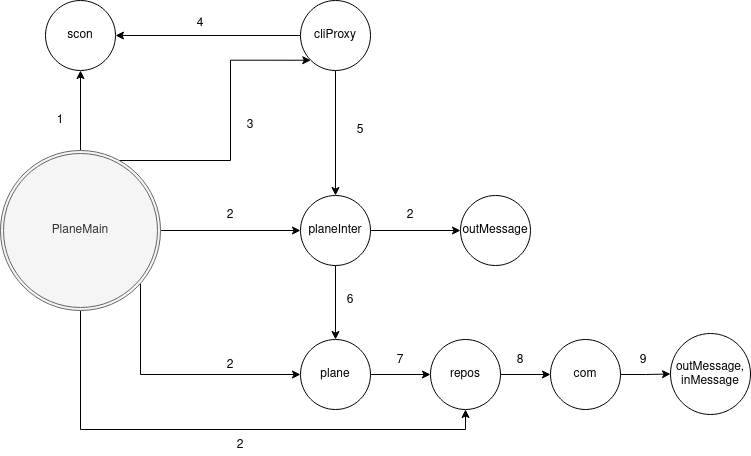
MarianaPinto17/SD keeps this draw.io diagram as assignment2/diagramas/PlaneDiagram.png. Above is the earlier version. Source tidied: cells renumbered, new cells last; positions are measured from the earlier drawing's top-left corner, leaving out a move shared by most shapes. Source of this version:
```xml
<mxGraphModel>
  <root>
    <mxCell id="0" />
    <mxCell id="1" parent="0" />
    <mxCell id="2" style="edgeStyle=orthogonalEdgeStyle;rounded=0;jettySize=auto;html=1;entryX=0;entryY=0.5;entryDx=0;entryDy=0;" parent="1" edge="1" source="7" target="17">
      <mxGeometry relative="1" as="geometry">
        <Array as="points">
          <mxPoint x="140" y="374" />
        </Array>
      </mxGeometry>
    </mxCell>
    <mxCell id="3" style="edgeStyle=orthogonalEdgeStyle;rounded=0;jettySize=auto;html=1;entryX=0.5;entryY=1;entryDx=0;entryDy=0;" parent="1" edge="1" source="7" target="8">
      <mxGeometry relative="1" as="geometry" />
    </mxCell>
    <mxCell id="4" style="edgeStyle=orthogonalEdgeStyle;rounded=0;jettySize=auto;html=1;entryX=0;entryY=1;entryDx=0;entryDy=0;" parent="1" edge="1" source="7" target="11">
      <mxGeometry relative="1" as="geometry">
        <Array as="points">
          <mxPoint x="230" y="160" />
          <mxPoint x="230" y="60" />
        </Array>
      </mxGeometry>
    </mxCell>
    <mxCell id="5" style="edgeStyle=orthogonalEdgeStyle;rounded=0;jettySize=auto;html=1;entryX=0;entryY=0.5;entryDx=0;entryDy=0;" parent="1" edge="1" source="7" target="14">
      <mxGeometry relative="1" as="geometry" />
    </mxCell>
    <mxCell id="6" style="edgeStyle=orthogonalEdgeStyle;rounded=0;jettySize=auto;html=1;entryX=0.5;entryY=1;entryDx=0;entryDy=0;" parent="1" edge="1" source="7" target="27">
      <mxGeometry relative="1" as="geometry">
        <Array as="points">
          <mxPoint x="80" y="429" />
          <mxPoint x="465" y="429" />
        </Array>
      </mxGeometry>
    </mxCell>
    <mxCell id="7" value="PlaneMain" style="ellipse;shape=doubleEllipse;margin=3;whiteSpace=wrap;html=1;align=center;fillColor=#f5f5f5;strokeColor=#666666;fontColor=#333333;" parent="1" vertex="1">
      <mxGeometry y="150" width="160" height="160" as="geometry" />
    </mxCell>
    <mxCell id="8" value="scon" style="ellipse;whiteSpace=wrap;html=1;align=center;" parent="1" vertex="1">
      <mxGeometry x="45" width="70" height="70" as="geometry" />
    </mxCell>
    <mxCell id="9" style="edgeStyle=orthogonalEdgeStyle;rounded=0;jettySize=auto;html=1;entryX=1;entryY=0.5;entryDx=0;entryDy=0;" parent="1" edge="1" source="11" target="8">
      <mxGeometry relative="1" as="geometry" />
    </mxCell>
    <mxCell id="10" style="edgeStyle=orthogonalEdgeStyle;rounded=0;jettySize=auto;html=1;entryX=0.5;entryY=0;entryDx=0;entryDy=0;" parent="1" edge="1" source="11" target="14">
      <mxGeometry relative="1" as="geometry" />
    </mxCell>
    <mxCell id="11" value="cliProxy" style="ellipse;whiteSpace=wrap;html=1;align=center;" parent="1" vertex="1">
      <mxGeometry x="300" width="70" height="70" as="geometry" />
    </mxCell>
    <mxCell id="12" style="edgeStyle=orthogonalEdgeStyle;rounded=0;jettySize=auto;html=1;entryX=0.5;entryY=0;entryDx=0;entryDy=0;" parent="1" edge="1" source="14" target="17">
      <mxGeometry relative="1" as="geometry" />
    </mxCell>
    <mxCell id="13" style="edgeStyle=orthogonalEdgeStyle;rounded=0;jettySize=auto;html=1;entryX=0;entryY=0.5;entryDx=0;entryDy=0;" parent="1" edge="1" source="14" target="15">
      <mxGeometry relative="1" as="geometry" />
    </mxCell>
    <mxCell id="14" value="planeInter" style="ellipse;whiteSpace=wrap;html=1;align=center;" parent="1" vertex="1">
      <mxGeometry x="300" y="195" width="70" height="70" as="geometry" />
    </mxCell>
    <mxCell id="15" value="outMessage" style="ellipse;whiteSpace=wrap;html=1;align=center;" parent="1" vertex="1">
      <mxGeometry x="460" y="195" width="70" height="70" as="geometry" />
    </mxCell>
    <mxCell id="16" style="edgeStyle=orthogonalEdgeStyle;rounded=0;jettySize=auto;html=1;entryX=0;entryY=0.5;entryDx=0;entryDy=0;" parent="1" edge="1" source="17" target="27">
      <mxGeometry relative="1" as="geometry" />
    </mxCell>
    <mxCell id="17" value="plane" style="ellipse;whiteSpace=wrap;html=1;align=center;" parent="1" vertex="1">
      <mxGeometry x="300" y="339" width="70" height="70" as="geometry" />
    </mxCell>
    <mxCell id="18" value="1" style="text;html=1;strokeColor=none;fillColor=none;align=center;verticalAlign=middle;whiteSpace=wrap;rounded=0;" parent="1" vertex="1">
      <mxGeometry x="40" y="110" width="40" height="20" as="geometry" />
    </mxCell>
    <mxCell id="19" value="4" style="text;html=1;strokeColor=none;fillColor=none;align=center;verticalAlign=middle;whiteSpace=wrap;rounded=0;" parent="1" vertex="1">
      <mxGeometry x="180" y="13" width="40" height="20" as="geometry" />
    </mxCell>
    <mxCell id="20" value="5" style="text;html=1;strokeColor=none;fillColor=none;align=center;verticalAlign=middle;whiteSpace=wrap;rounded=0;" parent="1" vertex="1">
      <mxGeometry x="340" y="120" width="40" height="20" as="geometry" />
    </mxCell>
    <mxCell id="21" value="&lt;div&gt;3&lt;/div&gt;" style="text;html=1;strokeColor=none;fillColor=none;align=center;verticalAlign=middle;whiteSpace=wrap;rounded=0;" parent="1" vertex="1">
      <mxGeometry x="230" y="110" width="40" height="30" as="geometry" />
    </mxCell>
    <mxCell id="22" value="2" style="text;html=1;strokeColor=none;fillColor=none;align=center;verticalAlign=middle;whiteSpace=wrap;rounded=0;" parent="1" vertex="1">
      <mxGeometry x="210" y="200" width="40" height="30" as="geometry" />
    </mxCell>
    <mxCell id="23" value="2" style="text;html=1;strokeColor=none;fillColor=none;align=center;verticalAlign=middle;whiteSpace=wrap;rounded=0;" parent="1" vertex="1">
      <mxGeometry x="390" y="200" width="40" height="30" as="geometry" />
    </mxCell>
    <mxCell id="24" value="2" style="text;html=1;strokeColor=none;fillColor=none;align=center;verticalAlign=middle;whiteSpace=wrap;rounded=0;" parent="1" vertex="1">
      <mxGeometry x="210" y="350" width="40" height="30" as="geometry" />
    </mxCell>
    <mxCell id="25" value="6" style="text;html=1;strokeColor=none;fillColor=none;align=center;verticalAlign=middle;whiteSpace=wrap;rounded=0;" parent="1" vertex="1">
      <mxGeometry x="330" y="290" width="40" height="20" as="geometry" />
    </mxCell>
    <mxCell id="26" style="edgeStyle=orthogonalEdgeStyle;rounded=0;jettySize=auto;html=1;" parent="1" edge="1" source="27" target="29">
      <mxGeometry relative="1" as="geometry" />
    </mxCell>
    <mxCell id="27" value="repos" style="ellipse;whiteSpace=wrap;html=1;align=center;" parent="1" vertex="1">
      <mxGeometry x="430" y="339" width="70" height="70" as="geometry" />
    </mxCell>
    <mxCell id="28" style="edgeStyle=orthogonalEdgeStyle;rounded=0;jettySize=auto;html=1;entryX=0;entryY=0.5;entryDx=0;entryDy=0;" parent="1" edge="1" source="29" target="30">
      <mxGeometry relative="1" as="geometry" />
    </mxCell>
    <mxCell id="29" value="com" style="ellipse;whiteSpace=wrap;html=1;align=center;" parent="1" vertex="1">
      <mxGeometry x="550" y="339" width="70" height="70" as="geometry" />
    </mxCell>
    <mxCell id="30" value="&lt;div&gt;outMessage,&lt;/div&gt;&lt;div&gt;inMessage&lt;br&gt;&lt;/div&gt;" style="ellipse;whiteSpace=wrap;html=1;align=center;" parent="1" vertex="1">
      <mxGeometry x="670" y="333" width="80" height="81" as="geometry" />
    </mxCell>
    <mxCell id="31" value="2" style="text;html=1;strokeColor=none;fillColor=none;align=center;verticalAlign=middle;whiteSpace=wrap;rounded=0;" parent="1" vertex="1">
      <mxGeometry x="220" y="435" width="40" height="20" as="geometry" />
    </mxCell>
    <mxCell id="32" value="7" style="text;html=1;strokeColor=none;fillColor=none;align=center;verticalAlign=middle;whiteSpace=wrap;rounded=0;" parent="1" vertex="1">
      <mxGeometry x="380" y="350" width="40" height="20" as="geometry" />
    </mxCell>
    <mxCell id="33" value="8" style="text;html=1;strokeColor=none;fillColor=none;align=center;verticalAlign=middle;whiteSpace=wrap;rounded=0;" parent="1" vertex="1">
      <mxGeometry x="500" y="350" width="40" height="20" as="geometry" />
    </mxCell>
    <mxCell id="34" value="9" style="text;html=1;strokeColor=none;fillColor=none;align=center;verticalAlign=middle;whiteSpace=wrap;rounded=0;" parent="1" vertex="1">
      <mxGeometry x="623" y="350" width="40" height="20" as="geometry" />
    </mxCell>
  </root>
</mxGraphModel>
```
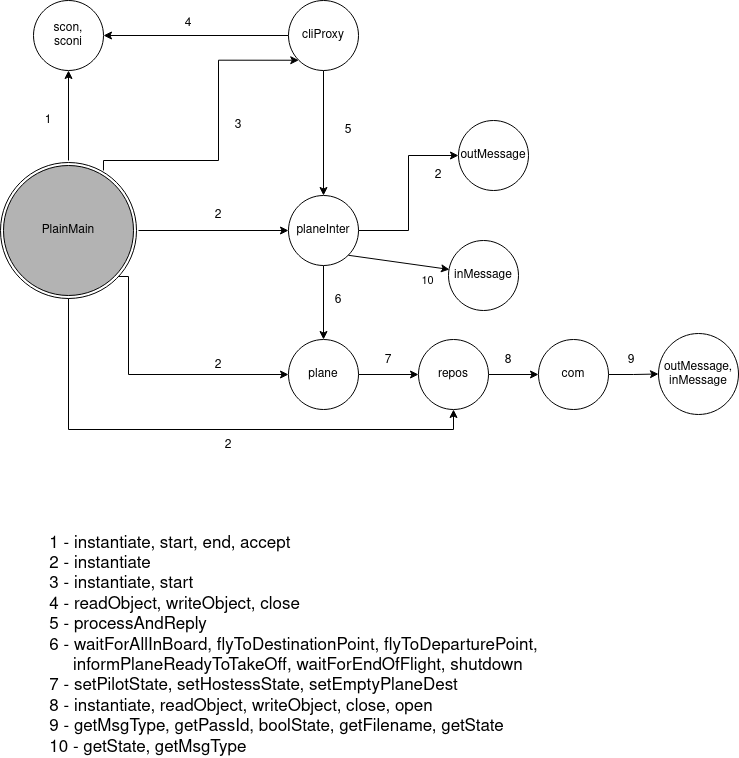
Above is the later version.

What changed in the source:
```diff
@@ -2,28 +2,34 @@
   <root>
     <mxCell id="0" />
     <mxCell id="1" parent="0" />
-    <mxCell id="2" style="edgeStyle=orthogonalEdgeStyle;rounded=0;jettySize=auto;html=1;entryX=0;entryY=0.5;entryDx=0;entryDy=0;" parent="1" edge="1" source="7" target="17">
+    <mxCell id="2" style="edgeStyle=orthogonalEdgeStyle;rounded=0;jettySize=auto;html=1;entryX=0;entryY=0.5;entryDx=0;entryDy=0;exitX=1;exitY=1;exitDx=0;exitDy=0;" parent="1" edge="1" source="37" target="17">
       <mxGeometry relative="1" as="geometry">
         <Array as="points">
+          <mxPoint x="140" y="276" />
           <mxPoint x="140" y="374" />
         </Array>
       </mxGeometry>
     </mxCell>
-    <mxCell id="3" style="edgeStyle=orthogonalEdgeStyle;rounded=0;jettySize=auto;html=1;entryX=0.5;entryY=1;entryDx=0;entryDy=0;" parent="1" edge="1" source="7" target="8">
-      <mxGeometry relative="1" as="geometry" />
+    <mxCell id="3" style="edgeStyle=orthogonalEdgeStyle;rounded=0;jettySize=auto;html=1;entryX=0.5;entryY=1;entryDx=0;entryDy=0;" parent="1" edge="1" target="8">
+      <mxGeometry relative="1" as="geometry">
+        <mxPoint x="80" y="160" as="sourcePoint" />
+      </mxGeometry>
     </mxCell>
-    <mxCell id="4" style="edgeStyle=orthogonalEdgeStyle;rounded=0;jettySize=auto;html=1;entryX=0;entryY=1;entryDx=0;entryDy=0;" parent="1" edge="1" source="7" target="11">
+    <mxCell id="4" style="edgeStyle=orthogonalEdgeStyle;rounded=0;jettySize=auto;html=1;entryX=0;entryY=1;entryDx=0;entryDy=0;exitX=0.769;exitY=0.038;exitDx=0;exitDy=0;exitPerimeter=0;" parent="1" edge="1" source="37" target="11">
       <mxGeometry relative="1" as="geometry">
         <Array as="points">
+          <mxPoint x="115" y="160" />
           <mxPoint x="230" y="160" />
           <mxPoint x="230" y="60" />
         </Array>
       </mxGeometry>
     </mxCell>
-    <mxCell id="5" style="edgeStyle=orthogonalEdgeStyle;rounded=0;jettySize=auto;html=1;entryX=0;entryY=0.5;entryDx=0;entryDy=0;" parent="1" edge="1" source="7" target="14">
-      <mxGeometry relative="1" as="geometry" />
+    <mxCell id="5" style="edgeStyle=orthogonalEdgeStyle;rounded=0;jettySize=auto;html=1;entryX=0;entryY=0.5;entryDx=0;entryDy=0;" parent="1" edge="1" target="14">
+      <mxGeometry relative="1" as="geometry">
+        <mxPoint x="150" y="230" as="sourcePoint" />
+      </mxGeometry>
     </mxCell>
-    <mxCell id="6" style="edgeStyle=orthogonalEdgeStyle;rounded=0;jettySize=auto;html=1;entryX=0.5;entryY=1;entryDx=0;entryDy=0;" parent="1" edge="1" source="7" target="27">
+    <mxCell id="6" style="edgeStyle=orthogonalEdgeStyle;rounded=0;jettySize=auto;html=1;entryX=0.5;entryY=1;entryDx=0;entryDy=0;exitX=0.5;exitY=1;exitDx=0;exitDy=0;" parent="1" edge="1" source="37" target="27">
       <mxGeometry relative="1" as="geometry">
         <Array as="points">
           <mxPoint x="80" y="429" />
@@ -31,10 +37,7 @@
         </Array>
       </mxGeometry>
     </mxCell>
-    <mxCell id="7" value="PlaneMain" style="ellipse;shape=doubleEllipse;margin=3;whiteSpace=wrap;html=1;align=center;fillColor=#f5f5f5;strokeColor=#666666;fontColor=#333333;" parent="1" vertex="1">
-      <mxGeometry y="150" width="160" height="160" as="geometry" />
-    </mxCell>
-    <mxCell id="8" value="scon" style="ellipse;whiteSpace=wrap;html=1;align=center;" parent="1" vertex="1">
+    <mxCell id="8" value="&lt;div&gt;scon,&lt;/div&gt;&lt;div&gt;sconi&lt;br&gt;&lt;/div&gt;" style="ellipse;whiteSpace=wrap;html=1;align=center;" parent="1" vertex="1">
       <mxGeometry x="45" width="70" height="70" as="geometry" />
     </mxCell>
     <mxCell id="9" style="edgeStyle=orthogonalEdgeStyle;rounded=0;jettySize=auto;html=1;entryX=1;entryY=0.5;entryDx=0;entryDy=0;" parent="1" edge="1" source="11" target="8">
@@ -56,7 +59,7 @@
       <mxGeometry x="300" y="195" width="70" height="70" as="geometry" />
     </mxCell>
     <mxCell id="15" value="outMessage" style="ellipse;whiteSpace=wrap;html=1;align=center;" parent="1" vertex="1">
-      <mxGeometry x="460" y="195" width="70" height="70" as="geometry" />
+      <mxGeometry x="470" y="120" width="70" height="70" as="geometry" />
     </mxCell>
     <mxCell id="16" style="edgeStyle=orthogonalEdgeStyle;rounded=0;jettySize=auto;html=1;entryX=0;entryY=0.5;entryDx=0;entryDy=0;" parent="1" edge="1" source="17" target="27">
       <mxGeometry relative="1" as="geometry" />
@@ -80,7 +83,7 @@
       <mxGeometry x="210" y="200" width="40" height="30" as="geometry" />
     </mxCell>
     <mxCell id="23" value="2" style="text;html=1;strokeColor=none;fillColor=none;align=center;verticalAlign=middle;whiteSpace=wrap;rounded=0;" parent="1" vertex="1">
-      <mxGeometry x="390" y="200" width="40" height="30" as="geometry" />
+      <mxGeometry x="430" y="160" width="40" height="30" as="geometry" />
     </mxCell>
     <mxCell id="24" value="2" style="text;html=1;strokeColor=none;fillColor=none;align=center;verticalAlign=middle;whiteSpace=wrap;rounded=0;" parent="1" vertex="1">
       <mxGeometry x="210" y="350" width="40" height="30" as="geometry" />
@@ -115,5 +118,30 @@
     <mxCell id="34" value="9" style="text;html=1;strokeColor=none;fillColor=none;align=center;verticalAlign=middle;whiteSpace=wrap;rounded=0;" parent="1" vertex="1">
       <mxGeometry x="623" y="350" width="40" height="20" as="geometry" />
     </mxCell>
+    <mxCell id="35" style="group;" parent="1" vertex="1">
+      <mxGeometry x="12" y="162" width="136" height="136" as="geometry" />
+    </mxCell>
+    <mxCell id="36" style="ellipse;whiteSpace=wrap;html=1;align=center;" parent="35" vertex="1">
+      <mxGeometry width="136" height="136" as="geometry" />
+    </mxCell>
+    <mxCell id="37" value="PlainMain" style="ellipse;whiteSpace=wrap;html=1;align=center;strokeColor=#000000;fillColor=#B3B3B3;" parent="35" vertex="1">
+      <mxGeometry x="3" y="3" width="130" height="130" as="geometry" />
+    </mxCell>
+    <mxCell id="38" value="&lt;div style=&quot;font-size: 17px&quot; align=&quot;left&quot;&gt;&lt;font style=&quot;font-size: 17px&quot;&gt;1 - instantiate, start, end, accept&lt;/font&gt;&lt;/div&gt;&lt;div style=&quot;font-size: 17px&quot; align=&quot;left&quot;&gt;&lt;font style=&quot;font-size: 17px&quot;&gt;2 - instantiate&lt;/font&gt;&lt;/div&gt;&lt;div style=&quot;font-size: 17px&quot; align=&quot;left&quot;&gt;&lt;font style=&quot;font-size: 17px&quot;&gt;3 - instantiate, start&lt;/font&gt;&lt;/div&gt;&lt;div style=&quot;font-size: 17px&quot; align=&quot;left&quot;&gt;&lt;font style=&quot;font-size: 17px&quot;&gt;4 - readObject, writeObject, close&lt;/font&gt;&lt;/div&gt;&lt;div style=&quot;font-size: 17px&quot; align=&quot;left&quot;&gt;&lt;font style=&quot;font-size: 17px&quot;&gt;5 - processAndReply&lt;/font&gt;&lt;/div&gt;&lt;div style=&quot;font-size: 17px&quot; align=&quot;left&quot;&gt;&lt;font style=&quot;font-size: 17px&quot;&gt;6 - waitForAllInBoard, flyToDestinationPoint, flyToDeparturePoint,&lt;/font&gt;&lt;/div&gt;&lt;div style=&quot;font-size: 17px&quot; align=&quot;left&quot;&gt;&lt;font style=&quot;font-size: 17px&quot;&gt;&amp;nbsp;&amp;nbsp;&amp;nbsp;&amp;nbsp; informPlaneReadyToTakeOff, waitForEndOfFlight, shutdown&lt;br&gt;&lt;/font&gt;&lt;/div&gt;&lt;div style=&quot;font-size: 17px&quot; align=&quot;left&quot;&gt;&lt;font style=&quot;font-size: 17px&quot;&gt;7 - setPilotState, setHostessState, setEmptyPlaneDest&lt;br&gt;&lt;/font&gt;&lt;/div&gt;&lt;div style=&quot;font-size: 17px&quot; align=&quot;left&quot;&gt;&lt;font style=&quot;font-size: 17px&quot;&gt;8 - instantiate, readObject, writeObject, close, open&lt;br&gt;&lt;/font&gt;&lt;/div&gt;&lt;div style=&quot;font-size: 17px&quot; align=&quot;left&quot;&gt;&lt;font style=&quot;font-size: 17px&quot;&gt;9 - getMsgType, getPassId, boolState, getFilename, getState&lt;/font&gt;&lt;/div&gt;&lt;div style=&quot;font-size: 17px&quot; align=&quot;left&quot;&gt;&lt;font style=&quot;font-size: 17px&quot;&gt;10 - getState, getMsgType&lt;/font&gt;&lt;/div&gt;" style="text;html=1;align=center;verticalAlign=middle;strokeColor=none;" parent="1" vertex="1">
+      <mxGeometry x="55" y="565" width="500" height="160" as="geometry" />
+    </mxCell>
+    <mxCell id="39" style="endArrow=classic;html=1;entryX=0.014;entryY=0.414;entryDx=0;entryDy=0;exitX=1;exitY=1;exitDx=0;exitDy=0;entryPerimeter=0;" parent="1" edge="1" target="41">
+      <mxGeometry relative="1" as="geometry">
+        <mxPoint x="359.7" y="254.7" as="sourcePoint" />
+      </mxGeometry>
+    </mxCell>
+    <mxCell id="40" value="&lt;div&gt;10&lt;/div&gt;" style="edgeLabel;html=1;align=center;verticalAlign=middle;" parent="39" vertex="1">
+      <mxGeometry x="0.57" y="-1" relative="1" as="geometry">
+        <mxPoint y="13" as="offset" />
+      </mxGeometry>
+    </mxCell>
+    <mxCell id="41" value="inMessage" style="ellipse;whiteSpace=wrap;html=1;align=center;" parent="1" vertex="1">
+      <mxGeometry x="460" y="240" width="70" height="70" as="geometry" />
+    </mxCell>
   </root>
 </mxGraphModel>
```
